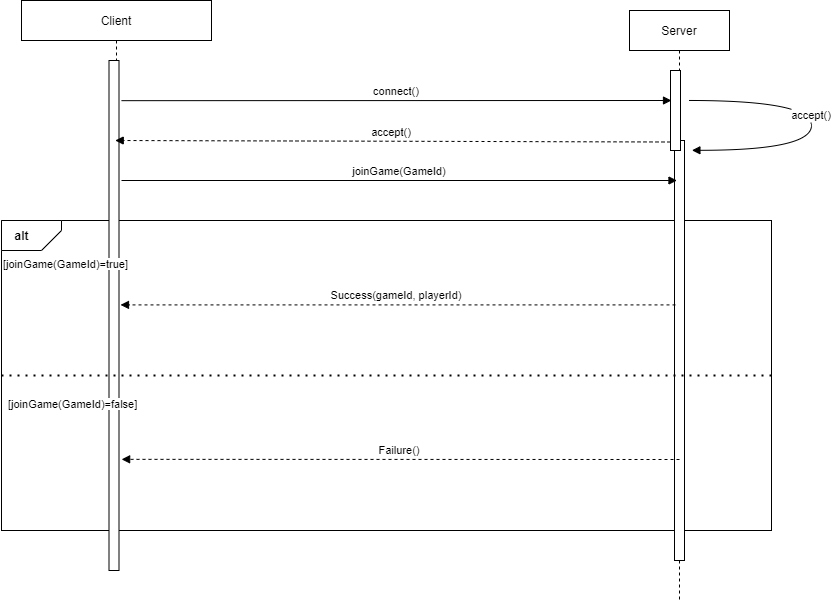
Before: deliverables/sequence_diagram/create_and_join/join_game.png, a diagram exported from draw.io (lolloz98/Masters-of-Renaissance). Source tidied: cells renumbered, new cells last; positions are measured from the earlier drawing's top-left corner, leaving out a move shared by most shapes.
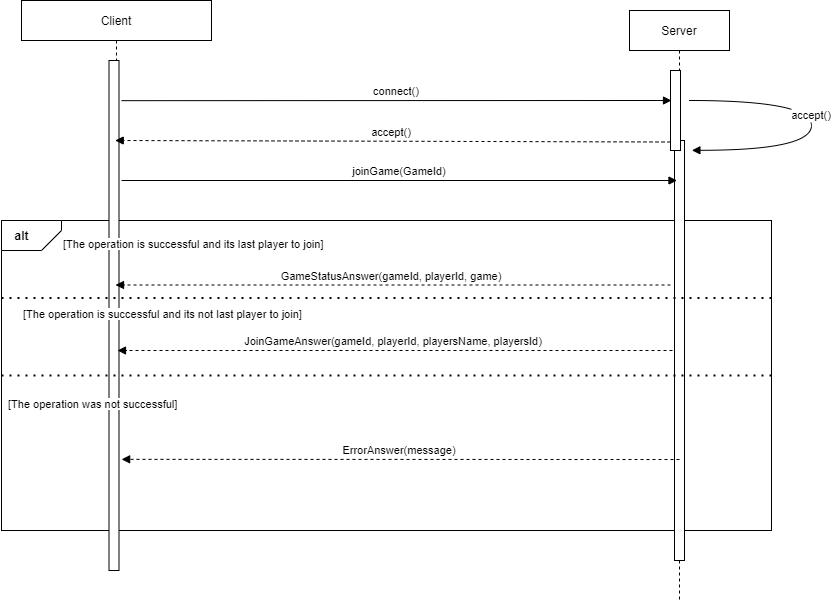
Later version of the same file.

Commit message:
Updated sequence diagram for creation of a game and join to a game

The edit, as a diff of the source:
```diff
@@ -11,9 +11,6 @@
     <mxCell id="4" style="perimeter=orthogonalPerimeter;rounded=0;shadow=0;strokeWidth=1;" parent="3" vertex="1">
       <mxGeometry x="87.5" y="60" width="10" height="510" as="geometry" />
     </mxCell>
-    <mxCell id="5" value="&lt;span style=&quot;font-size: 11px ; text-align: center ; background-color: rgb(255 , 255 , 255)&quot;&gt;&lt;font face=&quot;helvetica&quot;&gt;[&lt;/font&gt;&lt;/span&gt;&lt;span style=&quot;font-size: 11px ; text-align: center ; background-color: rgb(255 , 255 , 255)&quot;&gt;joinGame(GameId)&lt;/span&gt;&lt;span style=&quot;font-family: &amp;#34;helvetica&amp;#34; ; font-size: 11px ; text-align: center ; background-color: rgb(255 , 255 , 255)&quot;&gt;=true]&lt;/span&gt;" style="text;whiteSpace=wrap;html=1;" parent="3" vertex="1">
-      <mxGeometry x="-20" y="250" width="300" height="30" as="geometry" />
-    </mxCell>
     <mxCell id="6" value="Server" style="shape=umlLifeline;perimeter=lifelinePerimeter;rounded=0;shadow=0;strokeWidth=1;" parent="1" vertex="1">
       <mxGeometry x="628" y="10" width="100" height="590" as="geometry" />
     </mxCell>
@@ -35,18 +32,18 @@
     <mxCell id="11" value="&lt;b&gt;alt&lt;/b&gt;" style="text;html=1;align=center;verticalAlign=middle;" parent="1" vertex="1">
       <mxGeometry x="5" y="225" width="30" height="20" as="geometry" />
     </mxCell>
-    <mxCell id="12" value="Success(gameId, playerId)" style="verticalAlign=bottom;endArrow=block;shadow=0;strokeWidth=1;dashed=1;" parent="1" edge="1">
+    <mxCell id="12" value="GameStatusAnswer(gameId, playerId, game)" style="verticalAlign=bottom;endArrow=block;shadow=0;strokeWidth=1;dashed=1;" parent="1" edge="1">
       <mxGeometry x="0.01" relative="1" as="geometry">
-        <mxPoint x="674" y="304.4" as="sourcePoint" />
-        <mxPoint x="119" y="304.4" as="targetPoint" />
+        <mxPoint x="669" y="284.5" as="sourcePoint" />
+        <mxPoint x="114" y="284.5" as="targetPoint" />
       </mxGeometry>
     </mxCell>
-    <mxCell id="13" value="Failure()" style="verticalAlign=bottom;endArrow=block;shadow=0;strokeWidth=1;dashed=1;entryX=0.527;entryY=0.805;entryDx=0;entryDy=0;entryPerimeter=0;" parent="1" edge="1" target="3">
+    <mxCell id="13" value="ErrorAnswer(message)" style="verticalAlign=bottom;endArrow=block;shadow=0;strokeWidth=1;dashed=1;entryX=0.527;entryY=0.805;entryDx=0;entryDy=0;entryPerimeter=0;" parent="1" edge="1" target="3">
       <mxGeometry x="0.01" relative="1" as="geometry">
         <mxPoint x="678" y="459" as="sourcePoint" />
       </mxGeometry>
     </mxCell>
-    <mxCell id="14" value="&lt;span style=&quot;font-size: 11px ; text-align: center ; background-color: rgb(255 , 255 , 255)&quot;&gt;&lt;font face=&quot;helvetica&quot;&gt;[&lt;/font&gt;&lt;/span&gt;&lt;span style=&quot;font-size: 11px ; text-align: center ; background-color: rgb(255 , 255 , 255)&quot;&gt;joinGame(GameId)&lt;/span&gt;&lt;span style=&quot;font-family: &amp;#34;helvetica&amp;#34; ; font-size: 11px ; text-align: center ; background-color: rgb(255 , 255 , 255)&quot;&gt;=false]&lt;/span&gt;" style="text;whiteSpace=wrap;html=1;" parent="1" vertex="1">
+    <mxCell id="14" value="&lt;span style=&quot;font-size: 11px ; text-align: center ; background-color: rgb(255 , 255 , 255)&quot;&gt;&lt;font face=&quot;helvetica&quot;&gt;[&lt;/font&gt;The operation was not successful&lt;/span&gt;&lt;span style=&quot;font-family: &amp;#34;helvetica&amp;#34; ; font-size: 11px ; text-align: center ; background-color: rgb(255 , 255 , 255)&quot;&gt;]&lt;/span&gt;" style="text;whiteSpace=wrap;html=1;" parent="1" vertex="1">
       <mxGeometry x="5" y="390" width="300" height="30" as="geometry" />
     </mxCell>
     <mxCell id="15" value="accept()" style="verticalAlign=bottom;endArrow=block;shadow=0;strokeWidth=1;exitX=0.85;exitY=0.333;exitDx=0;exitDy=0;exitPerimeter=0;edgeStyle=orthogonalEdgeStyle;entryX=0.524;entryY=0.22;entryDx=0;entryDy=0;entryPerimeter=0;curved=1;" parent="1" edge="1">
@@ -74,5 +71,20 @@
     <mxCell id="18" style="perimeter=orthogonalPerimeter;rounded=0;shadow=0;strokeWidth=1;" parent="1" vertex="1">
       <mxGeometry x="669" y="70" width="10" height="80" as="geometry" />
     </mxCell>
+    <mxCell id="5" value="&lt;span style=&quot;font-size: 11px ; text-align: center ; background-color: rgb(255 , 255 , 255)&quot;&gt;&lt;font face=&quot;helvetica&quot;&gt;[&lt;/font&gt;The operation is successful and its last player to join&lt;/span&gt;&lt;span style=&quot;font-family: &amp;#34;helvetica&amp;#34; ; font-size: 11px ; text-align: center ; background-color: rgb(255 , 255 , 255)&quot;&gt;]&lt;/span&gt;" style="text;whiteSpace=wrap;html=1;" parent="1" vertex="1">
+      <mxGeometry x="60" y="230" width="300" height="30" as="geometry" />
+    </mxCell>
+    <mxCell id="19" style="endArrow=none;dashed=1;html=1;dashPattern=1 3;strokeWidth=2;exitX=0;exitY=0.25;exitDx=0;exitDy=0;entryX=1;entryY=0.25;entryDx=0;entryDy=0;" parent="1" edge="1" source="2" target="2">
+      <mxGeometry relative="1" as="geometry" />
+    </mxCell>
+    <mxCell id="20" value="&lt;span style=&quot;font-size: 11px ; text-align: center ; background-color: rgb(255 , 255 , 255)&quot;&gt;&lt;font face=&quot;helvetica&quot;&gt;[&lt;/font&gt;The operation is successful and its not last player to join&lt;/span&gt;&lt;span style=&quot;font-family: &amp;#34;helvetica&amp;#34; ; font-size: 11px ; text-align: center ; background-color: rgb(255 , 255 , 255)&quot;&gt;]&lt;/span&gt;" style="text;whiteSpace=wrap;html=1;" parent="1" vertex="1">
+      <mxGeometry x="20" y="300" width="300" height="30" as="geometry" />
+    </mxCell>
+    <mxCell id="21" value="JoinGameAnswer(gameId, playerId, playersName, playersId)" style="verticalAlign=bottom;endArrow=block;shadow=0;strokeWidth=1;dashed=1;" parent="1" edge="1">
+      <mxGeometry x="0.01" relative="1" as="geometry">
+        <mxPoint x="671" y="350" as="sourcePoint" />
+        <mxPoint x="116" y="350" as="targetPoint" />
+      </mxGeometry>
+    </mxCell>
   </root>
 </mxGraphModel>
```
